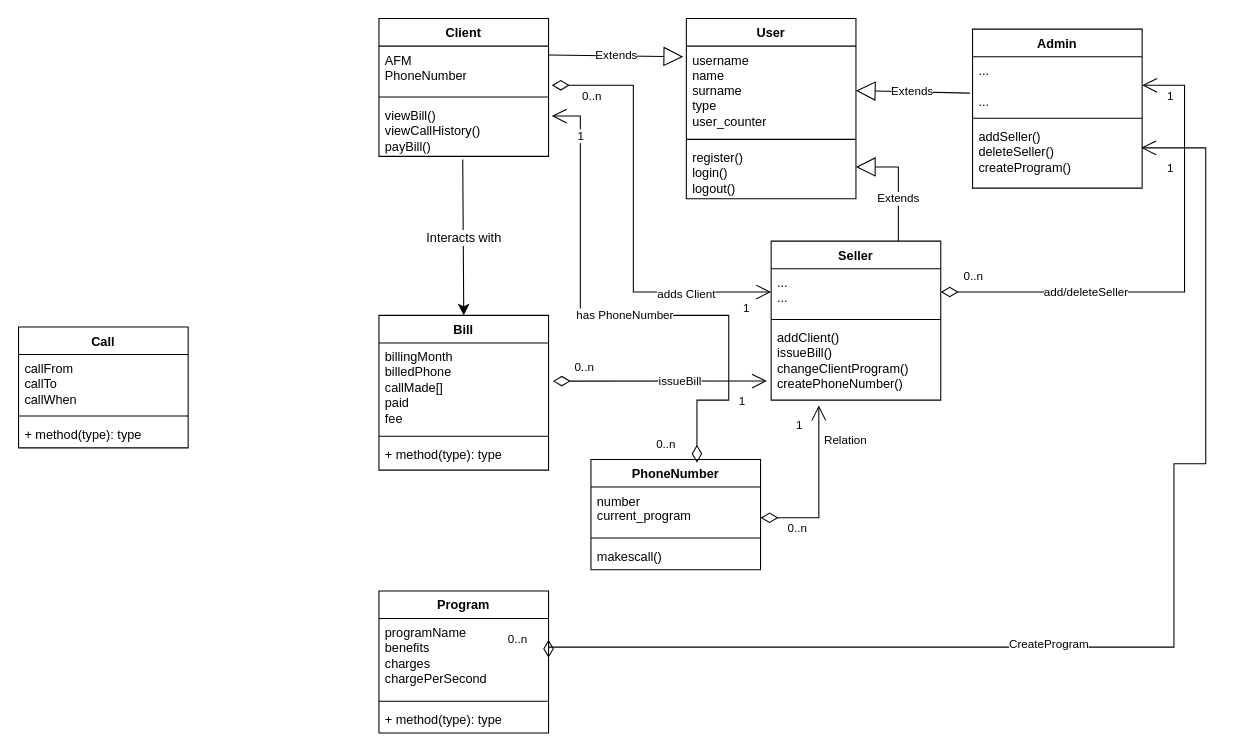
The draw.io diagram Diagram.drawio in dimitry-lzs/webProgramming, before the edit. Source tidied: cells renumbered, new cells numbered last; positions are measured from the earlier drawing's top-left corner, leaving out a move shared by most shapes. Both pictures are drawn from the tidied source at 106%, with x=0, y=0 at pixel (18, 18).
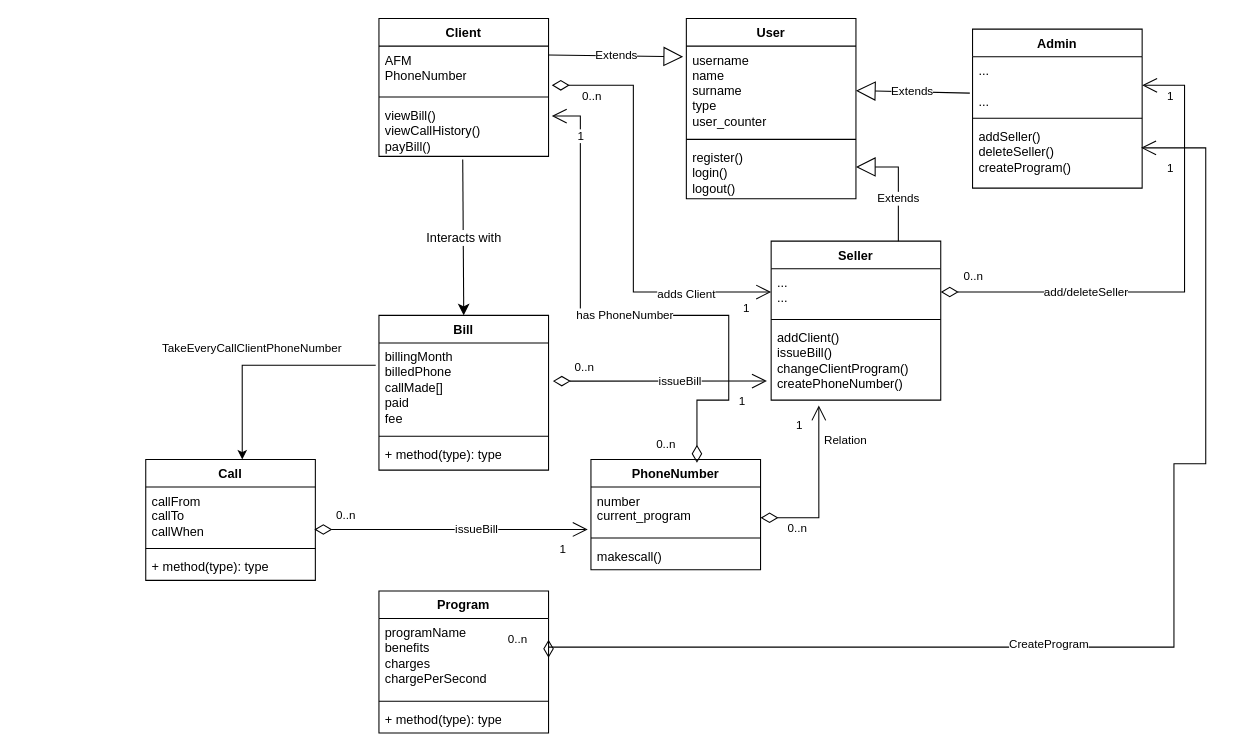
After the change.

The change refers to these unchanged cells:
```xml
<mxCell id="22" value="&lt;div&gt;number&lt;/div&gt;&lt;div&gt;current_program&lt;/div&gt;" style="text;strokeColor=none;fillColor=none;align=left;verticalAlign=top;spacingLeft=4;spacingRight=4;overflow=hidden;points=[[0,0.5],[1,0.5]];portConstraint=eastwest;whiteSpace=wrap;html=1;" parent="21" vertex="1">
  <mxGeometry y="26" width="160" height="44" as="geometry" />
</mxCell>
<mxCell id="30" value="callFrom&lt;div&gt;callTo&lt;/div&gt;&lt;div&gt;callWhen&lt;/div&gt;" style="text;strokeColor=none;fillColor=none;align=left;verticalAlign=top;spacingLeft=4;spacingRight=4;overflow=hidden;points=[[0,0.5],[1,0.5]];portConstraint=eastwest;whiteSpace=wrap;html=1;" parent="29" vertex="1">
  <mxGeometry y="26" width="160" height="54" as="geometry" />
</mxCell>
<mxCell id="34" value="billingMonth&lt;div&gt;billedPhone&lt;/div&gt;&lt;div&gt;callMade[]&lt;/div&gt;&lt;div&gt;paid&lt;/div&gt;&lt;div&gt;fee&lt;/div&gt;" style="text;strokeColor=none;fillColor=none;align=left;verticalAlign=top;spacingLeft=4;spacingRight=4;overflow=hidden;points=[[0,0.5],[1,0.5]];portConstraint=eastwest;whiteSpace=wrap;html=1;" parent="33" vertex="1">
  <mxGeometry y="26" width="160" height="84" as="geometry" />
</mxCell>
```

Change to the diagram source:
```diff
@@
     <mxCell id="29" value="Call" style="swimlane;fontStyle=1;align=center;verticalAlign=top;horizontal=1;startSize=26;whiteSpace=wrap;html=1;" parent="1" vertex="1">
-      <mxGeometry y="291" width="160" height="114" as="geometry" />
+      <mxGeometry x="120" y="416" width="160" height="114" as="geometry" />
     </mxCell>
@@
+    <mxCell id="57" value="issueBill" style="endArrow=open;html=1;endSize=12;startArrow=diamondThin;startSize=14;startFill=0;edgeStyle=orthogonalEdgeStyle;rounded=0;exitX=0.994;exitY=0.741;exitDx=0;exitDy=0;exitPerimeter=0;entryX=-0.019;entryY=0.909;entryDx=0;entryDy=0;entryPerimeter=0;" parent="1" edge="1" source="30" target="22">
+      <mxGeometry x="0.19" relative="1" as="geometry" />
+    </mxCell>
+    <mxCell id="58" value="0..n" style="edgeLabel;html=1;align=left;verticalAlign=top;" parent="57" vertex="1">
+      <mxGeometry x="-1" relative="1" as="geometry">
+        <mxPoint x="19" y="-26" as="offset" />
+      </mxGeometry>
+    </mxCell>
+    <mxCell id="59" value="1" style="edgeLabel;html=1;align=right;verticalAlign=top;" parent="57" vertex="1">
+      <mxGeometry x="1" relative="1" as="geometry">
+        <mxPoint x="-20" y="6" as="offset" />
+      </mxGeometry>
+    </mxCell>
+    <mxCell id="60" style="endArrow=classic;html=1;rounded=0;entryX=0.569;entryY=0;entryDx=0;entryDy=0;entryPerimeter=0;exitX=-0.019;exitY=0.25;exitDx=0;exitDy=0;exitPerimeter=0;" parent="1" edge="1" source="34" target="29">
+      <mxGeometry relative="1" as="geometry">
+        <Array as="points">
+          <mxPoint x="211" y="327" />
+        </Array>
+      </mxGeometry>
+    </mxCell>
+    <mxCell id="61" value="TakeEveryCallClientPhoneNumber" style="edgeLabel;html=1;align=center;verticalAlign=middle;" parent="60" vertex="1">
+      <mxGeometry relative="1" as="geometry">
+        <mxPoint x="-10" y="-17" as="offset" />
+      </mxGeometry>
+    </mxCell>
```
